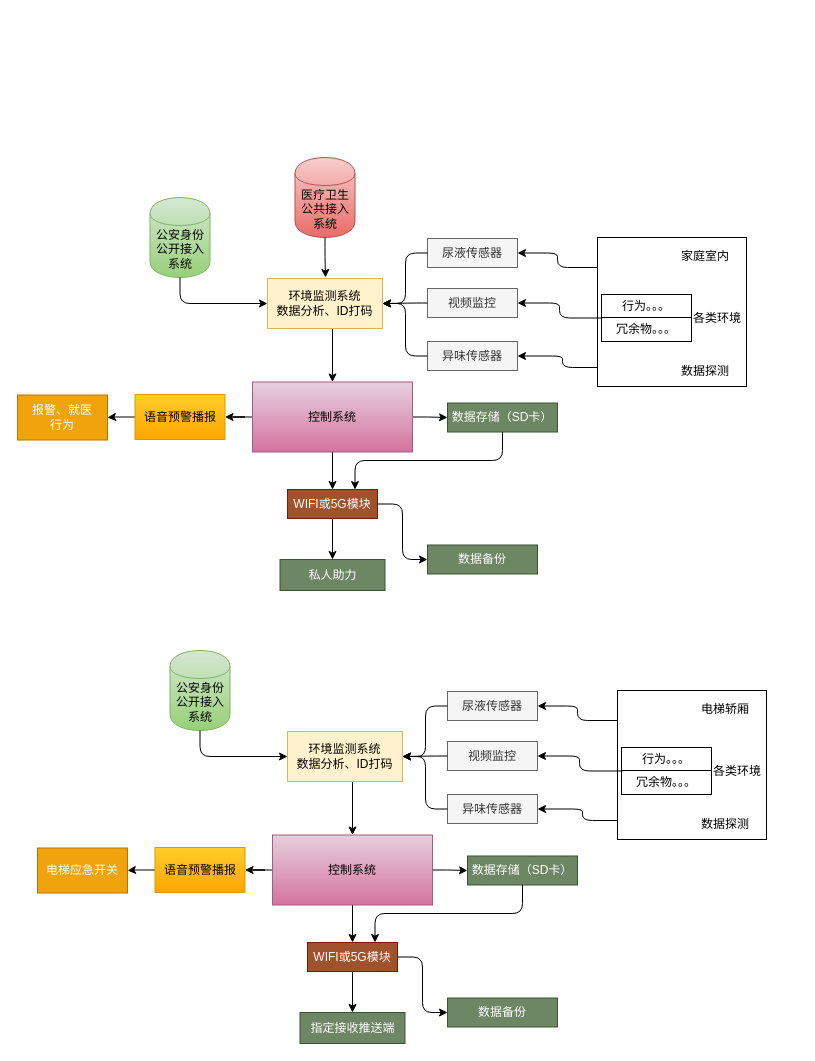
The draw.io diagram 电梯环境监测.drawio in UTOUUCENTER-CD/draw.io, before the edit. Source tidied: cells renumbered, new cells numbered last; positions are measured from the earlier drawing's top-left corner, leaving out a move shared by most shapes. Both pictures are drawn from the tidied source at 100%, with x=0, y=0 at pixel (17, 157).
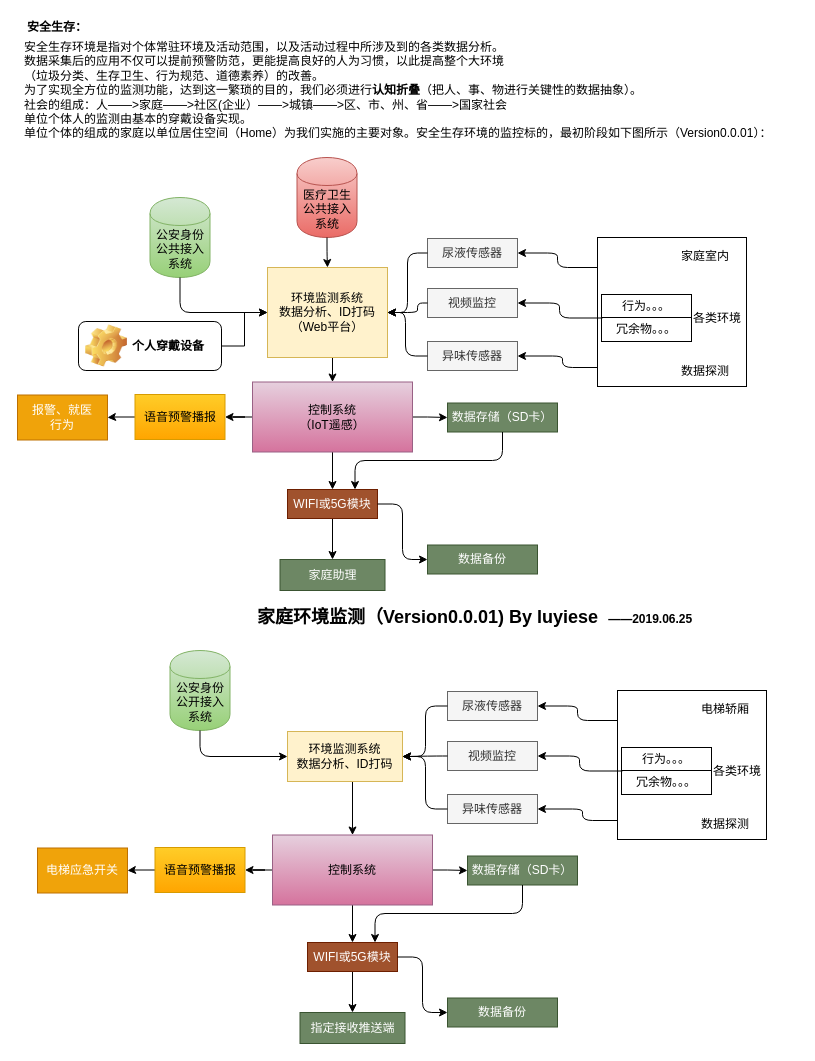
Above is the later version.

Commit message (it also covers changes not shown here):
Update 电梯环境监测.drawio

What changed in the source:
```diff
@@
-    <mxCell id="7" value="控制系统" style="rounded=0;whiteSpace=wrap;html=1;fillColor=#e6d0de;strokeColor=#996185;gradientColor=#d5739d;" parent="1" vertex="1">
+    <mxCell id="7" value="控制系统&lt;br&gt;（IoT遥感）" style="rounded=0;whiteSpace=wrap;html=1;fillColor=#e6d0de;strokeColor=#996185;gradientColor=#d5739d;" parent="1" vertex="1">
       <mxGeometry x="235" y="224.5" width="160" height="70" as="geometry" />
     </mxCell>
@@
-    <mxCell id="12" value="环境监测系统&lt;br&gt;数据分析、ID打码" style="rounded=0;whiteSpace=wrap;html=1;fillColor=#fff2cc;strokeColor=#d6b656;" parent="1" vertex="1">
-      <mxGeometry x="250" y="121" width="115" height="50" as="geometry" />
+    <mxCell id="12" value="环境监测系统&lt;br&gt;数据分析、ID打码&lt;br&gt;（Web平台）" style="rounded=0;whiteSpace=wrap;html=1;fillColor=#fff2cc;strokeColor=#d6b656;" parent="1" vertex="1">
+      <mxGeometry x="250" y="110" width="120" height="90" as="geometry" />
     </mxCell>
@@
-    <mxCell id="23" value="私人助力" style="rounded=0;whiteSpace=wrap;html=1;fillColor=#6d8764;strokeColor=#3A5431;fontColor=#ffffff;" parent="1" vertex="1">
+    <mxCell id="23" value="家庭助理" style="rounded=0;whiteSpace=wrap;html=1;fillColor=#6d8764;strokeColor=#3A5431;fontColor=#ffffff;" parent="1" vertex="1">
       <mxGeometry x="262.5" y="402" width="105" height="31" as="geometry" />
     </mxCell>
@@
-    <mxCell id="32" value="公安身份公开接入系统" style="shape=cylinder;whiteSpace=wrap;html=1;boundedLbl=1;backgroundOutline=1;gradientColor=#97d077;fillColor=#d5e8d4;strokeColor=#82b366;" parent="1" vertex="1">
+    <mxCell id="32" value="公安身份公共接入系统" style="shape=cylinder;whiteSpace=wrap;html=1;boundedLbl=1;backgroundOutline=1;gradientColor=#97d077;fillColor=#d5e8d4;strokeColor=#82b366;" parent="1" vertex="1">
       <mxGeometry x="132.5" y="40" width="60" height="80" as="geometry" />
     </mxCell>
-    <mxCell id="33" style="edgeStyle=elbowEdgeStyle;elbow=vertical;endArrow=classic;html=1;exitX=0.5;exitY=1;exitDx=0;exitDy=0;entryX=0;entryY=0.5;entryDx=0;entryDy=0;" parent="1" edge="1" source="32" target="12">
-      <mxGeometry relative="1" as="geometry">
-        <Array as="points">
-          <mxPoint x="230" y="146" />
-          <mxPoint x="170" y="170" />
-        </Array>
-      </mxGeometry>
-    </mxCell>
     <mxCell id="34" value="医疗卫生公共接入系统" style="shape=cylinder;whiteSpace=wrap;html=1;boundedLbl=1;backgroundOutline=1;gradientColor=#ea6b66;fillColor=#f8cecc;strokeColor=#b85450;" parent="1" vertex="1">
-      <mxGeometry x="277.5" width="60" height="80" as="geometry" />
+      <mxGeometry x="279.5" width="60" height="80" as="geometry" />
     </mxCell>
-    <mxCell id="35" style="edgeStyle=elbowEdgeStyle;elbow=vertical;endArrow=classic;html=1;exitX=0.5;exitY=1;exitDx=0;exitDy=0;" parent="1" edge="1" source="34">
-      <mxGeometry relative="1" as="geometry">
-        <mxPoint x="308" y="120" as="targetPoint" />
-      </mxGeometry>
+    <mxCell id="35" style="edgeStyle=elbowEdgeStyle;elbow=vertical;endArrow=classic;html=1;exitX=0.5;exitY=1;exitDx=0;exitDy=0;entryX=0.5;entryY=0;entryDx=0;entryDy=0;" parent="1" edge="1" source="34" target="12">
+      <mxGeometry relative="1" as="geometry" />
     </mxCell>
@@
+    <mxCell id="68" style="group;" parent="1" vertex="1">
+      <mxGeometry x="5" y="-140" width="775" height="130" as="geometry" />
+    </mxCell>
+    <mxCell id="69" value="&lt;b&gt;安全生存：&lt;/b&gt;" style="text;html=1;align=left;verticalAlign=top;spacingTop=-4;" parent="68" vertex="1">
+      <mxGeometry x="2.5" width="80" height="20" as="geometry" />
+    </mxCell>
+    <mxCell id="70" value="安全生存环境是指对个体常驻环境及活动范围，以及活动过程中所涉及到的各类数据分析。&lt;br&gt;数据采集后的应用不仅可以提前预警防范，更能提高良好的人为习惯，以此提高整个大环境&lt;br&gt;（垃圾分类、生存卫生、行为规范、道德素养）的改善。&lt;br&gt;为了实现全方位的监测功能，达到这一繁琐的目的，我们必须进行&lt;b&gt;认知折叠&lt;/b&gt;（把人、事、物进行关键性的数据抽象）。&lt;br&gt;社会的组成：人——&amp;gt;家庭——&amp;gt;社区(企业）——&amp;gt;城镇——&amp;gt;区、市、州、省——&amp;gt;国家社会&lt;br&gt;单位个体人的监测由基本的穿戴设备实现。&lt;br&gt;单位个体的组成的家庭以单位居住空间（Home）为我们实施的主要对象。安全生存环境的监控标的，最初阶段如下图所示（Version0.0.01）：" style="text;html=1;align=left;verticalAlign=top;spacingTop=-4;" parent="68" vertex="1">
+      <mxGeometry y="20" width="770" height="100" as="geometry" />
+    </mxCell>
+    <mxCell id="71" value="&lt;b&gt;&lt;font style=&quot;font-size: 18px&quot;&gt;家庭环境监测（Version0.0.01) By luyiese&lt;/font&gt;&amp;nbsp; &amp;nbsp;——2019.06.25&lt;/b&gt;" style="text;html=1;align=left;verticalAlign=top;spacingTop=-4;" parent="1" vertex="1">
+      <mxGeometry x="238" y="447" width="450" height="20" as="geometry" />
+    </mxCell>
+    <mxCell id="72" style="edgeStyle=orthogonalEdgeStyle;rounded=0;jettySize=auto;html=1;exitX=1;exitY=0.5;exitDx=0;exitDy=0;entryX=0;entryY=0.5;entryDx=0;entryDy=0;" parent="1" edge="1" source="73" target="12">
+      <mxGeometry relative="1" as="geometry" />
+    </mxCell>
+    <mxCell id="73" value="个人穿戴设备" style="label;whiteSpace=wrap;html=1;image=img/clipart/Gear_128x128.png;" parent="1" vertex="1">
+      <mxGeometry x="61" y="164" width="143" height="49" as="geometry" />
+    </mxCell>
+    <mxCell id="33" style="edgeStyle=elbowEdgeStyle;elbow=vertical;endArrow=classic;html=1;exitX=0.5;exitY=1;exitDx=0;exitDy=0;entryX=0;entryY=0.5;entryDx=0;entryDy=0;" parent="1" edge="1" source="32" target="12">
+      <mxGeometry relative="1" as="geometry">
+        <Array as="points">
+          <mxPoint x="180" y="155" />
+          <mxPoint x="220" y="155" />
+        </Array>
+      </mxGeometry>
+    </mxCell>
```
